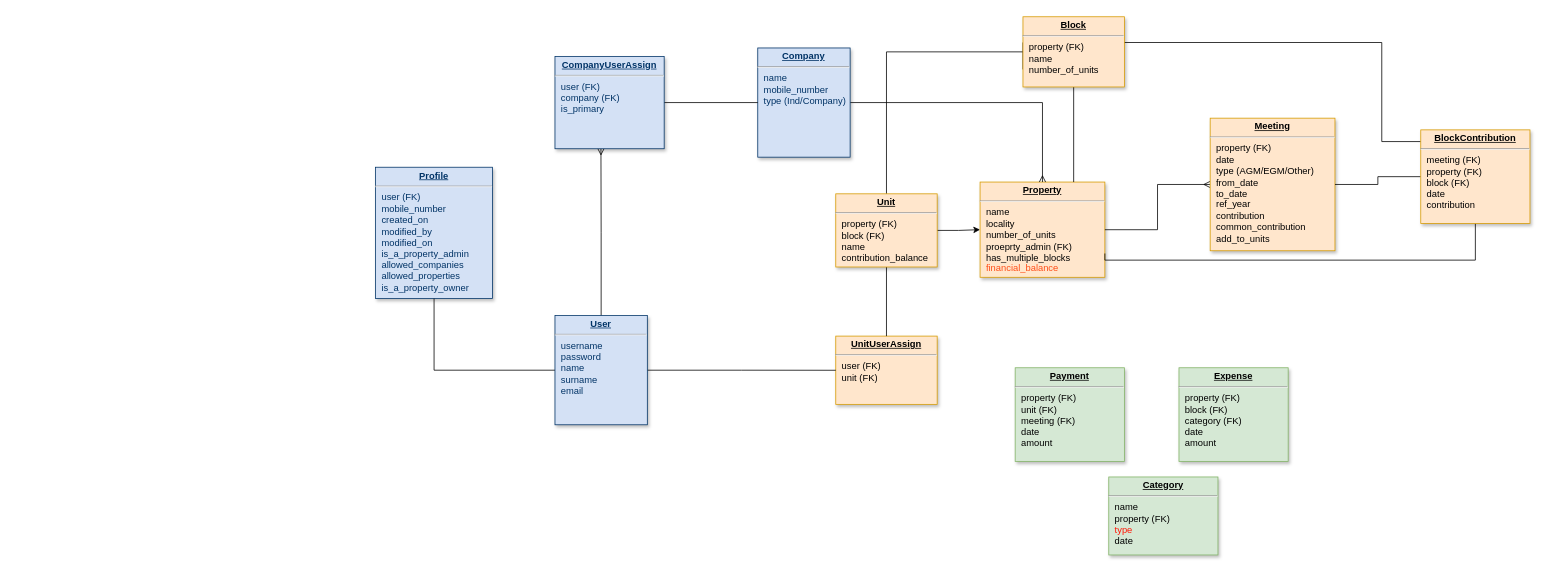
Earlier version of the draw.io diagram Untitled Diagram.drawio (gilubilu/hello-world). Source tidied: cells renumbered, new cells numbered last; positions are measured from the earlier drawing's top-left corner, leaving out a move shared by most shapes. Both pictures are drawn from the tidied source at 78%, with x=0, y=0 at pixel (375, 16).
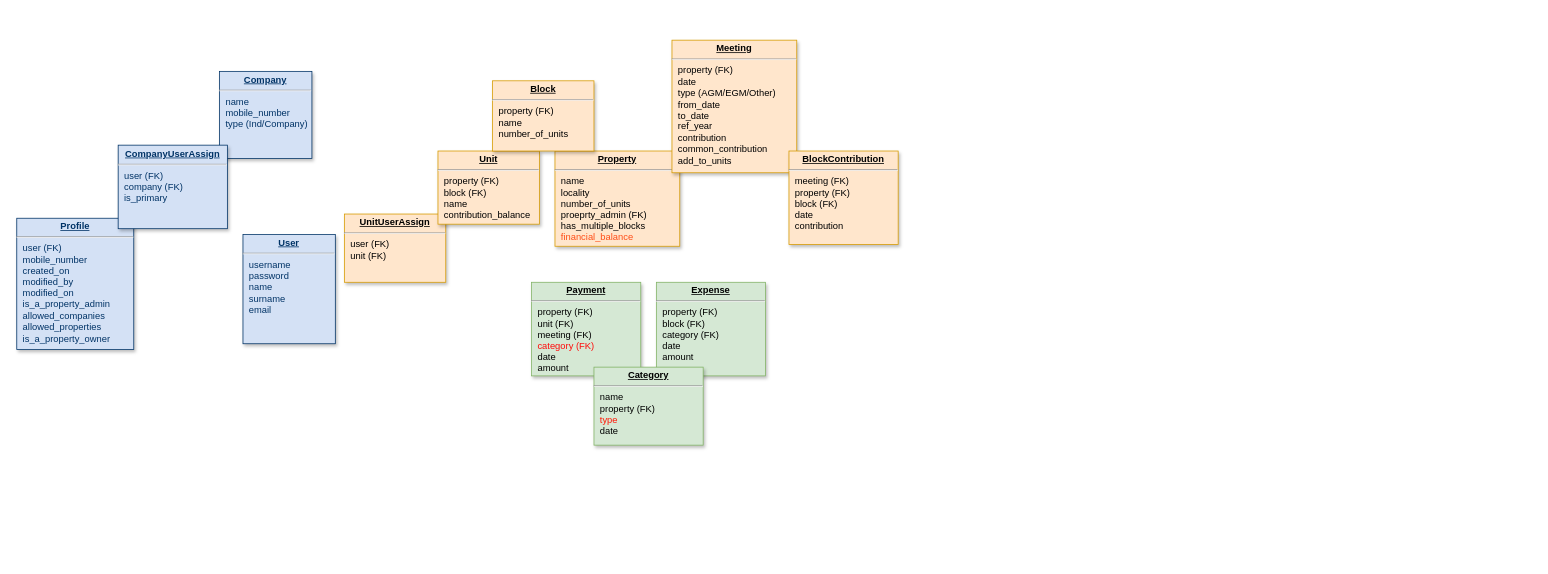
The same page after the edit.

Change to the diagram source:
```diff
@@
     <mxCell id="2" value="&lt;p style=&quot;margin: 0px ; margin-top: 4px ; text-align: center ; text-decoration: underline&quot;&gt;&lt;b&gt;UnitUserAssign&lt;/b&gt;&lt;/p&gt;&lt;hr&gt;&lt;p style=&quot;margin: 0px ; margin-left: 8px&quot;&gt;user (FK)&lt;/p&gt;&lt;p style=&quot;margin: 0px ; margin-left: 8px&quot;&gt;unit (FK)&lt;/p&gt;" style="verticalAlign=top;align=left;overflow=fill;fontSize=12;fontFamily=Helvetica;html=1;strokeColor=#d79b00;shadow=1;fillColor=#ffe6cc;" parent="1" vertex="1">
-      <mxGeometry x="590" y="409.4" width="130" height="87.5" as="geometry" />
+      <mxGeometry x="-40" y="252.9" width="130" height="87.5" as="geometry" />
     </mxCell>
-    <mxCell id="3" style="edgeStyle=orthogonalEdgeStyle;rounded=0;jettySize=auto;html=1;exitX=1;exitY=0.5;exitDx=0;exitDy=0;entryX=0;entryY=0.5;entryDx=0;entryDy=0;" parent="1" edge="1" source="6" target="7">
-      <mxGeometry relative="1" as="geometry" />
-    </mxCell>
-    <mxCell id="4" style="edgeStyle=orthogonalEdgeStyle;rounded=0;jettySize=auto;html=1;exitX=0.5;exitY=0;exitDx=0;exitDy=0;entryX=1;entryY=0.5;entryDx=0;entryDy=0;endArrow=none;endFill=0;" parent="1" edge="1" source="6" target="24">
-      <mxGeometry relative="1" as="geometry" />
-    </mxCell>
-    <mxCell id="5" style="edgeStyle=orthogonalEdgeStyle;rounded=0;jettySize=auto;html=1;exitX=0.5;exitY=1;exitDx=0;exitDy=0;entryX=0.5;entryY=0;entryDx=0;entryDy=0;endArrow=none;endFill=0;" parent="1" edge="1" source="6" target="2">
-      <mxGeometry relative="1" as="geometry" />
-    </mxCell>
     <mxCell id="6" value="&lt;p style=&quot;margin: 0px ; margin-top: 4px ; text-align: center ; text-decoration: underline&quot;&gt;&lt;strong&gt;Unit&lt;/strong&gt;&lt;/p&gt;&lt;hr&gt;&lt;p style=&quot;margin: 0px ; margin-left: 8px&quot;&gt;property (FK)&lt;/p&gt;&lt;p style=&quot;margin: 0px ; margin-left: 8px&quot;&gt;block (FK)&lt;/p&gt;&lt;p style=&quot;margin: 0px ; margin-left: 8px&quot;&gt;name&lt;/p&gt;&lt;p style=&quot;margin: 0px ; margin-left: 8px&quot;&gt;&lt;span&gt;contribution_balance&lt;/span&gt;&lt;br&gt;&lt;/p&gt;&lt;p style=&quot;margin: 0px ; margin-left: 8px&quot;&gt;&lt;br&gt;&lt;/p&gt;" style="verticalAlign=top;align=left;overflow=fill;fontSize=12;fontFamily=Helvetica;html=1;strokeColor=#d79b00;shadow=1;fillColor=#ffe6cc;" parent="1" vertex="1">
-      <mxGeometry x="590" y="227" width="130" height="93.8" as="geometry" />
+      <mxGeometry x="80" y="172.1" width="130" height="93.8" as="geometry" />
     </mxCell>
     <mxCell id="7" value="&lt;p style=&quot;margin: 0px ; margin-top: 4px ; text-align: center ; text-decoration: underline&quot;&gt;&lt;strong&gt;Property&lt;/strong&gt;&lt;/p&gt;&lt;hr&gt;&lt;p style=&quot;margin: 0px ; margin-left: 8px&quot;&gt;name&lt;/p&gt;&lt;p style=&quot;margin: 0px ; margin-left: 8px&quot;&gt;locality&lt;/p&gt;&lt;p style=&quot;margin: 0px ; margin-left: 8px&quot;&gt;number_of_units&lt;/p&gt;&lt;p style=&quot;margin: 0px ; margin-left: 8px&quot;&gt;proeprty_admin (FK)&lt;/p&gt;&lt;p style=&quot;margin: 0px ; margin-left: 8px&quot;&gt;has_multiple_blocks&lt;/p&gt;&lt;p style=&quot;margin: 0px ; margin-left: 8px&quot;&gt;&lt;font color=&quot;#ff4d17&quot;&gt;financial_balance&lt;/font&gt;&lt;/p&gt;&lt;p style=&quot;margin: 0px ; margin-left: 8px&quot;&gt;&lt;br&gt;&lt;/p&gt;" style="verticalAlign=top;align=left;overflow=fill;fontSize=12;fontFamily=Helvetica;html=1;strokeColor=#d79b00;shadow=1;fillColor=#ffe6cc;" parent="1" vertex="1">
-      <mxGeometry x="775" y="211.9" width="160" height="122.1" as="geometry" />
+      <mxGeometry x="230" y="172.1" width="160" height="122.1" as="geometry" />
     </mxCell>
     <mxCell id="8" value="&lt;p style=&quot;margin: 0px ; margin-top: 4px ; text-align: center ; text-decoration: underline&quot;&gt;&lt;strong&gt;Profile&lt;/strong&gt;&lt;/p&gt;&lt;hr&gt;&lt;p style=&quot;margin: 0px ; margin-left: 8px&quot;&gt;user (FK)&lt;/p&gt;&lt;p style=&quot;margin: 0px ; margin-left: 8px&quot;&gt;mobile_number&lt;/p&gt;&lt;p style=&quot;margin: 0px ; margin-left: 8px&quot;&gt;created_on&lt;/p&gt;&lt;p style=&quot;margin: 0px ; margin-left: 8px&quot;&gt;modified_by&lt;/p&gt;&lt;p style=&quot;margin: 0px ; margin-left: 8px&quot;&gt;modified_on&lt;/p&gt;&lt;p style=&quot;margin: 0px ; margin-left: 8px&quot;&gt;is_a_property_admin&lt;/p&gt;&lt;p style=&quot;margin: 0px ; margin-left: 8px&quot;&gt;allowed_companies&lt;/p&gt;&lt;p style=&quot;margin: 0px ; margin-left: 8px&quot;&gt;allowed_properties&lt;/p&gt;&lt;p style=&quot;margin: 0px ; margin-left: 8px&quot;&gt;is_a_property_owner&lt;/p&gt;" style="verticalAlign=top;align=left;overflow=fill;fontSize=12;fontFamily=Helvetica;html=1;strokeColor=#003366;shadow=1;fillColor=#D4E1F5;fontColor=#003366;direction=west;" parent="1" vertex="1">
-      <mxGeometry y="192.9" width="150" height="168.4" as="geometry" />
+      <mxGeometry x="-460" y="258.3" width="150" height="168.4" as="geometry" />
     </mxCell>
-    <mxCell id="9" style="edgeStyle=orthogonalEdgeStyle;rounded=0;jettySize=auto;html=1;exitX=0.5;exitY=1;exitDx=0;exitDy=0;startArrow=none;startFill=0;startSize=12;endArrow=none;endFill=0;endSize=12;" parent="1" edge="1" source="12" target="8">
-      <mxGeometry relative="1" as="geometry" />
-    </mxCell>
-    <mxCell id="10" style="edgeStyle=orthogonalEdgeStyle;rounded=0;jettySize=auto;html=1;startArrow=none;startFill=0;startSize=12;endArrow=none;endFill=0;endSize=12;" parent="1" edge="1" source="12" target="2">
-      <mxGeometry relative="1" as="geometry" />
-    </mxCell>
-    <mxCell id="11" style="edgeStyle=orthogonalEdgeStyle;rounded=0;jettySize=auto;html=1;exitX=0;exitY=0.5;exitDx=0;exitDy=0;entryX=0.421;entryY=0.998;entryDx=0;entryDy=0;entryPerimeter=0;startArrow=none;startFill=0;startSize=6;endArrow=ERmany;endFill=0;endSize=6;" parent="1" edge="1" source="12" target="16">
-      <mxGeometry relative="1" as="geometry" />
-    </mxCell>
     <mxCell id="12" value="&lt;p style=&quot;margin: 0px ; margin-top: 4px ; text-align: center ; text-decoration: underline&quot;&gt;&lt;b&gt;User&lt;/b&gt;&lt;/p&gt;&lt;hr&gt;&lt;p style=&quot;margin: 0px ; margin-left: 8px&quot;&gt;username&lt;/p&gt;&lt;p style=&quot;margin: 0px ; margin-left: 8px&quot;&gt;password&lt;/p&gt;&lt;p style=&quot;margin: 0px ; margin-left: 8px&quot;&gt;name&lt;/p&gt;&lt;p style=&quot;margin: 0px ; margin-left: 8px&quot;&gt;surname&lt;/p&gt;&lt;p style=&quot;margin: 0px ; margin-left: 8px&quot;&gt;email&lt;/p&gt;" style="verticalAlign=top;align=left;overflow=fill;fontSize=12;fontFamily=Helvetica;html=1;strokeColor=#003366;shadow=1;fillColor=#D4E1F5;fontColor=#003366;direction=south;" parent="1" vertex="1">
-      <mxGeometry x="230" y="383.1" width="118.4" height="140" as="geometry" />
+      <mxGeometry x="-170" y="279.2" width="118.4" height="140" as="geometry" />
     </mxCell>
-    <mxCell id="13" style="edgeStyle=orthogonalEdgeStyle;rounded=0;jettySize=auto;html=1;entryX=0.5;entryY=0;entryDx=0;entryDy=0;startArrow=none;startFill=0;startSize=6;endArrow=ERmany;endFill=0;endSize=6;" parent="1" edge="1" source="14" target="7">
-      <mxGeometry relative="1" as="geometry" />
-    </mxCell>
     <mxCell id="14" value="&lt;p style=&quot;margin: 0px ; margin-top: 4px ; text-align: center ; text-decoration: underline&quot;&gt;&lt;b&gt;Company&lt;/b&gt;&lt;/p&gt;&lt;hr&gt;&lt;p style=&quot;margin: 0px ; margin-left: 8px&quot;&gt;name&lt;/p&gt;&lt;p style=&quot;margin: 0px ; margin-left: 8px&quot;&gt;mobile_number&lt;/p&gt;&lt;p style=&quot;margin: 0px ; margin-left: 8px&quot;&gt;type (Ind/Company)&lt;/p&gt;" style="verticalAlign=top;align=left;overflow=fill;fontSize=12;fontFamily=Helvetica;html=1;strokeColor=#003366;shadow=1;fillColor=#D4E1F5;fontColor=#003366;direction=south;" parent="1" vertex="1">
-      <mxGeometry x="490" y="40" width="118.4" height="140" as="geometry" />
+      <mxGeometry x="-200" y="70" width="118.4" height="111.6" as="geometry" />
     </mxCell>
-    <mxCell id="15" style="edgeStyle=orthogonalEdgeStyle;rounded=0;jettySize=auto;html=1;exitX=1;exitY=0.5;exitDx=0;exitDy=0;startArrow=none;startFill=0;startSize=12;endArrow=none;endFill=0;endSize=12;" parent="1" edge="1" source="16" target="14">
-      <mxGeometry relative="1" as="geometry" />
-    </mxCell>
     <mxCell id="16" value="&lt;p style=&quot;margin: 0px ; margin-top: 4px ; text-align: center ; text-decoration: underline&quot;&gt;&lt;b&gt;CompanyUserAssign&lt;/b&gt;&lt;/p&gt;&lt;hr&gt;&lt;p style=&quot;margin: 0px ; margin-left: 8px&quot;&gt;user (FK)&lt;/p&gt;&lt;p style=&quot;margin: 0px ; margin-left: 8px&quot;&gt;company (FK)&lt;/p&gt;&lt;p style=&quot;margin: 0px ; margin-left: 8px&quot;&gt;is_primary&lt;/p&gt;" style="verticalAlign=top;align=left;overflow=fill;fontSize=12;fontFamily=Helvetica;html=1;strokeColor=#003366;shadow=1;fillColor=#D4E1F5;fontColor=#003366;direction=east;" parent="1" vertex="1">
-      <mxGeometry x="230" y="50.8" width="140" height="118.4" as="geometry" />
+      <mxGeometry x="-330" y="164.6" width="140" height="107.1" as="geometry" />
     </mxCell>
-    <mxCell id="17" style="edgeStyle=orthogonalEdgeStyle;rounded=0;jettySize=auto;html=1;endArrow=none;endFill=0;startArrow=ERmany;startFill=0;" parent="1" edge="1" source="18" target="7">
-      <mxGeometry relative="1" as="geometry" />
-    </mxCell>
     <mxCell id="18" value="&lt;p style=&quot;margin: 0px ; margin-top: 4px ; text-align: center ; text-decoration: underline&quot;&gt;&lt;strong&gt;Meeting&lt;/strong&gt;&lt;/p&gt;&lt;hr&gt;&lt;p style=&quot;margin: 0px ; margin-left: 8px&quot;&gt;property (FK)&lt;/p&gt;&lt;p style=&quot;margin: 0px ; margin-left: 8px&quot;&gt;date&lt;/p&gt;&lt;p style=&quot;margin: 0px ; margin-left: 8px&quot;&gt;type (AGM/EGM/Other)&lt;/p&gt;&lt;p style=&quot;margin: 0px ; margin-left: 8px&quot;&gt;from_date&lt;/p&gt;&lt;p style=&quot;margin: 0px ; margin-left: 8px&quot;&gt;to_date&lt;/p&gt;&lt;p style=&quot;margin: 0px ; margin-left: 8px&quot;&gt;ref_year&lt;/p&gt;&lt;p style=&quot;margin: 0px ; margin-left: 8px&quot;&gt;contribution&lt;/p&gt;&lt;p style=&quot;margin: 0px ; margin-left: 8px&quot;&gt;common_contribution&lt;/p&gt;&lt;p style=&quot;margin: 0px ; margin-left: 8px&quot;&gt;add_to_units&lt;/p&gt;" style="verticalAlign=top;align=left;overflow=fill;fontSize=12;fontFamily=Helvetica;html=1;strokeColor=#d79b00;shadow=1;fillColor=#ffe6cc;direction=west;" parent="1" vertex="1">
-      <mxGeometry x="1070" y="130" width="160" height="170" as="geometry" />
+      <mxGeometry x="380" y="30" width="160" height="170" as="geometry" />
     </mxCell>
-    <mxCell id="19" style="edgeStyle=orthogonalEdgeStyle;rounded=0;jettySize=auto;html=1;entryX=0;entryY=0.5;entryDx=0;entryDy=0;endArrow=none;endFill=0;" parent="1" edge="1" source="22" target="18">
-      <mxGeometry relative="1" as="geometry" />
-    </mxCell>
-    <mxCell id="20" style="edgeStyle=orthogonalEdgeStyle;rounded=0;jettySize=auto;html=1;entryX=1;entryY=0.25;entryDx=0;entryDy=0;endArrow=none;endFill=0;" parent="1" edge="1" source="22" target="24">
-      <mxGeometry relative="1" as="geometry">
-        <Array as="points">
-          <mxPoint x="1290" y="160" />
-          <mxPoint x="1290" y="33" />
-        </Array>
-      </mxGeometry>
-    </mxCell>
-    <mxCell id="21" style="edgeStyle=orthogonalEdgeStyle;rounded=0;jettySize=auto;html=1;exitX=0.5;exitY=0;exitDx=0;exitDy=0;entryX=1;entryY=0.75;entryDx=0;entryDy=0;endArrow=none;endFill=0;" parent="1" edge="1" source="22" target="7">
-      <mxGeometry relative="1" as="geometry">
-        <Array as="points">
-          <mxPoint x="1410" y="312" />
-        </Array>
-      </mxGeometry>
-    </mxCell>
     <mxCell id="22" value="&lt;p style=&quot;margin: 0px ; margin-top: 4px ; text-align: center ; text-decoration: underline&quot;&gt;&lt;strong&gt;BlockContribution&lt;/strong&gt;&lt;/p&gt;&lt;hr&gt;&lt;p style=&quot;margin: 0px ; margin-left: 8px&quot;&gt;meeting (FK)&lt;/p&gt;&lt;p style=&quot;margin: 0px ; margin-left: 8px&quot;&gt;property (FK)&lt;/p&gt;&lt;p style=&quot;margin: 0px ; margin-left: 8px&quot;&gt;block (FK)&lt;/p&gt;&lt;p style=&quot;margin: 0px ; margin-left: 8px&quot;&gt;date&lt;/p&gt;&lt;p style=&quot;margin: 0px ; margin-left: 8px&quot;&gt;contribution&lt;br&gt;&lt;/p&gt;" style="verticalAlign=top;align=left;overflow=fill;fontSize=12;fontFamily=Helvetica;html=1;strokeColor=#d79b00;shadow=1;fillColor=#ffe6cc;direction=west;" parent="1" vertex="1">
-      <mxGeometry x="1340" y="145" width="140" height="120" as="geometry" />
+      <mxGeometry x="530" y="172.1" width="140" height="120" as="geometry" />
     </mxCell>
-    <mxCell id="23" style="edgeStyle=orthogonalEdgeStyle;rounded=0;jettySize=auto;html=1;entryX=0.75;entryY=0;entryDx=0;entryDy=0;endArrow=none;endFill=0;" parent="1" edge="1" source="24" target="7">
-      <mxGeometry relative="1" as="geometry" />
-    </mxCell>
     <mxCell id="24" value="&lt;p style=&quot;margin: 0px ; margin-top: 4px ; text-align: center ; text-decoration: underline&quot;&gt;&lt;strong&gt;Block&lt;/strong&gt;&lt;/p&gt;&lt;hr&gt;&lt;p style=&quot;margin: 0px ; margin-left: 8px&quot;&gt;property (FK)&lt;/p&gt;&lt;p style=&quot;margin: 0px ; margin-left: 8px&quot;&gt;name&lt;/p&gt;&lt;p style=&quot;margin: 0px ; margin-left: 8px&quot;&gt;number_of_units&lt;/p&gt;&lt;p style=&quot;margin: 0px ; margin-left: 8px&quot;&gt;&lt;br&gt;&lt;/p&gt;" style="verticalAlign=top;align=left;overflow=fill;fontSize=12;fontFamily=Helvetica;html=1;strokeColor=#d79b00;shadow=1;fillColor=#ffe6cc;direction=west;" parent="1" vertex="1">
-      <mxGeometry x="830" width="130" height="90" as="geometry" />
+      <mxGeometry x="150" y="82.1" width="130" height="90" as="geometry" />
     </mxCell>
-    <mxCell id="25" value="&lt;p style=&quot;margin: 0px ; margin-top: 4px ; text-align: center ; text-decoration: underline&quot;&gt;&lt;strong&gt;Payment&lt;/strong&gt;&lt;/p&gt;&lt;hr&gt;&lt;p style=&quot;margin: 0px ; margin-left: 8px&quot;&gt;&lt;span&gt;property (FK)&lt;/span&gt;&lt;br&gt;&lt;/p&gt;&lt;p style=&quot;margin: 0px ; margin-left: 8px&quot;&gt;&lt;span&gt;unit (FK)&lt;/span&gt;&lt;/p&gt;&lt;p style=&quot;margin: 0px ; margin-left: 8px&quot;&gt;meeting (FK)&lt;/p&gt;&lt;p style=&quot;margin: 0px ; margin-left: 8px&quot;&gt;date&lt;span&gt;&lt;br&gt;&lt;/span&gt;&lt;/p&gt;&lt;p style=&quot;margin: 0px ; margin-left: 8px&quot;&gt;&lt;span&gt;amount&lt;/span&gt;&lt;/p&gt;" style="verticalAlign=top;align=left;overflow=fill;fontSize=12;fontFamily=Helvetica;html=1;strokeColor=#82b366;shadow=1;fillColor=#d5e8d4;direction=west;" parent="1" vertex="1">
-      <mxGeometry x="820" y="450" width="140" height="120" as="geometry" />
+    <mxCell id="25" value="&lt;p style=&quot;margin: 0px ; margin-top: 4px ; text-align: center ; text-decoration: underline&quot;&gt;&lt;strong&gt;Payment&lt;/strong&gt;&lt;/p&gt;&lt;hr&gt;&lt;p style=&quot;margin: 0px ; margin-left: 8px&quot;&gt;&lt;span&gt;property (FK)&lt;/span&gt;&lt;br&gt;&lt;/p&gt;&lt;p style=&quot;margin: 0px ; margin-left: 8px&quot;&gt;&lt;span&gt;unit (FK)&lt;/span&gt;&lt;/p&gt;&lt;p style=&quot;margin: 0px ; margin-left: 8px&quot;&gt;meeting (FK)&lt;/p&gt;&lt;p style=&quot;margin: 0px ; margin-left: 8px&quot;&gt;&lt;font color=&quot;#ff0a0a&quot;&gt;category (FK)&lt;/font&gt;&lt;/p&gt;&lt;p style=&quot;margin: 0px ; margin-left: 8px&quot;&gt;date&lt;span&gt;&lt;br&gt;&lt;/span&gt;&lt;/p&gt;&lt;p style=&quot;margin: 0px ; margin-left: 8px&quot;&gt;&lt;span&gt;amount&lt;/span&gt;&lt;/p&gt;" style="verticalAlign=top;align=left;overflow=fill;fontSize=12;fontFamily=Helvetica;html=1;strokeColor=#82b366;shadow=1;fillColor=#d5e8d4;direction=west;" parent="1" vertex="1">
+      <mxGeometry x="200" y="340.4" width="140" height="120" as="geometry" />
     </mxCell>
     <mxCell id="26" value="&lt;p style=&quot;margin: 0px ; margin-top: 4px ; text-align: center ; text-decoration: underline&quot;&gt;&lt;strong&gt;Expense&lt;/strong&gt;&lt;/p&gt;&lt;hr&gt;&lt;p style=&quot;margin: 0px ; margin-left: 8px&quot;&gt;&lt;span&gt;property (FK)&lt;/span&gt;&lt;/p&gt;&lt;p style=&quot;margin: 0px ; margin-left: 8px&quot;&gt;&lt;span&gt;block (FK)&lt;/span&gt;&lt;/p&gt;&lt;p style=&quot;margin: 0px ; margin-left: 8px&quot;&gt;category (FK)&lt;/p&gt;&lt;p style=&quot;margin: 0px ; margin-left: 8px&quot;&gt;date&lt;/p&gt;&lt;p style=&quot;margin: 0px ; margin-left: 8px&quot;&gt;&lt;span&gt;amount&lt;/span&gt;&lt;br&gt;&lt;/p&gt;&lt;p style=&quot;margin: 0px ; margin-left: 8px&quot;&gt;&lt;br&gt;&lt;/p&gt;" style="verticalAlign=top;align=left;overflow=fill;fontSize=12;fontFamily=Helvetica;html=1;strokeColor=#82b366;shadow=1;fillColor=#d5e8d4;direction=west;" parent="1" vertex="1">
-      <mxGeometry x="1030" y="450" width="140" height="120" as="geometry" />
+      <mxGeometry x="360" y="340.4" width="140" height="120" as="geometry" />
     </mxCell>
     <mxCell id="27" value="&lt;p style=&quot;margin: 0px ; margin-top: 4px ; text-align: center ; text-decoration: underline&quot;&gt;&lt;strong&gt;Category&lt;/strong&gt;&lt;/p&gt;&lt;hr&gt;&lt;p style=&quot;margin: 0px ; margin-left: 8px&quot;&gt;name&lt;br&gt;&lt;/p&gt;&lt;p style=&quot;margin: 0px ; margin-left: 8px&quot;&gt;property (FK)&lt;/p&gt;&lt;p style=&quot;margin: 0px ; margin-left: 8px&quot;&gt;&lt;font color=&quot;#ff1808&quot;&gt;type&lt;/font&gt;&lt;/p&gt;&lt;p style=&quot;margin: 0px ; margin-left: 8px&quot;&gt;date&lt;/p&gt;" style="verticalAlign=top;align=left;overflow=fill;fontSize=12;fontFamily=Helvetica;html=1;strokeColor=#82b366;shadow=1;fillColor=#d5e8d4;direction=west;" parent="1" vertex="1">
-      <mxGeometry x="940" y="590" width="140" height="100" as="geometry" />
+      <mxGeometry x="280" y="449.2" width="140" height="100" as="geometry" />
     </mxCell>
```
